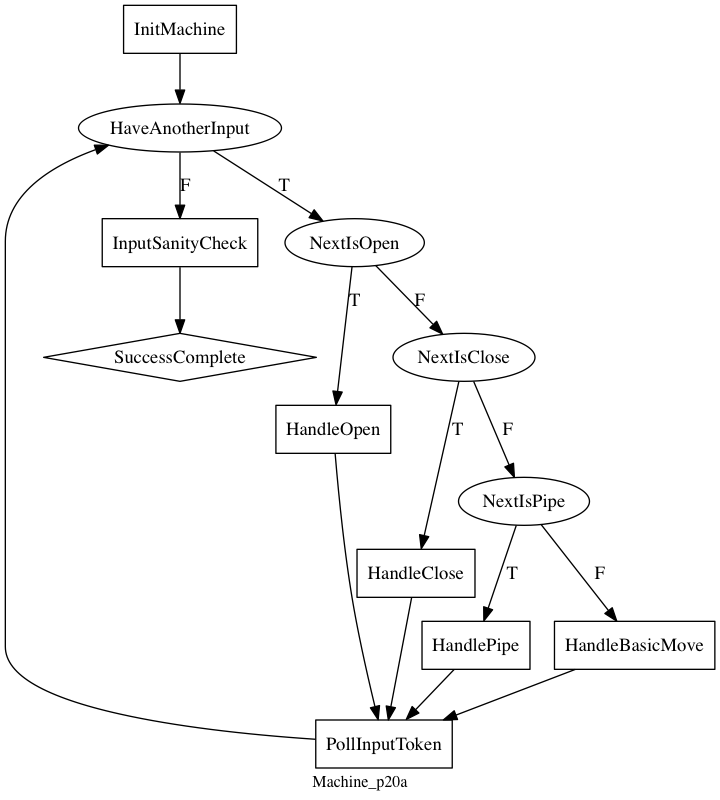
Before: diagram/advent/p20a.png, a diagram exported from Graphviz (comperical/FlowState). Its source is kept beside it as diagram/advent/p20a.gv.
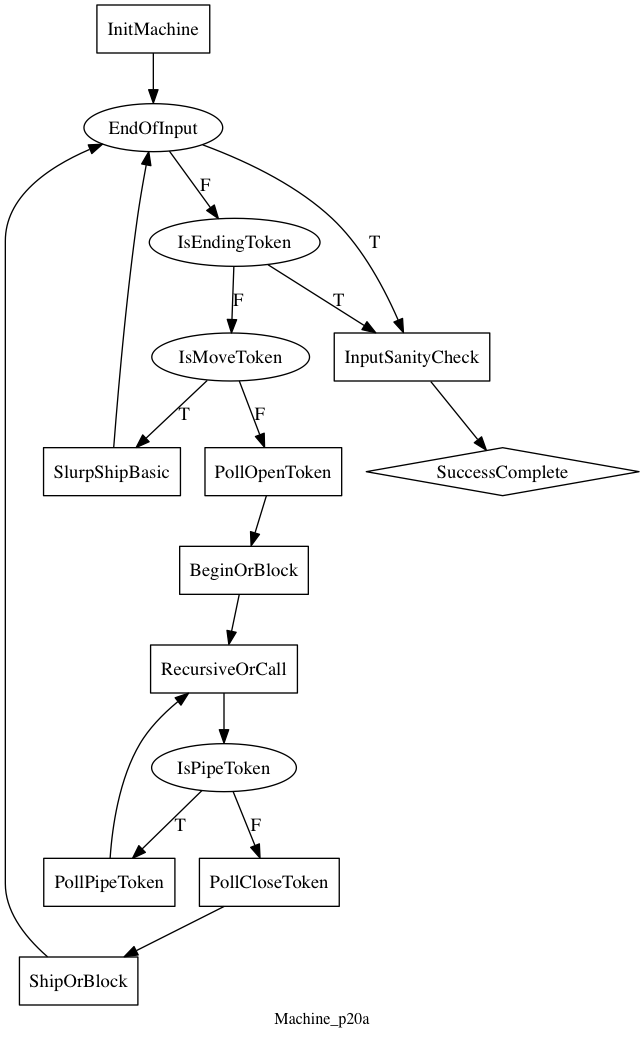
After the change.

The edit, as a diff of the source:
```diff
@@ -1,22 +1,24 @@
 digraph MyGraphName {
-node [shape=box] InitMachine; HandleOpen; HandleClose; HandlePipe; HandleBasicMove; PollInputToken; InputSanityCheck
+node [shape=box] InitMachine; SlurpShipBasic; PollOpenToken; BeginOrBlock; RecursiveOrCall; PollPipeToken; PollCloseToken; ShipOrBlock; InputSanityCheck
 node [shape=diamond] SuccessComplete
-node [shape=ellipse] HaveAnotherInput; NextIsOpen; NextIsClose; NextIsPipe
+node [shape=ellipse] EndOfInput; IsEndingToken; IsMoveToken; IsPipeToken
+EndOfInput->IsEndingToken [label=F];
+IsEndingToken->InputSanityCheck [label=T];
+IsMoveToken->PollOpenToken [label=F];
+EndOfInput->InputSanityCheck [label=T];
+IsMoveToken->SlurpShipBasic [label=T];
+IsEndingToken->IsMoveToken [label=F];
+BeginOrBlock->RecursiveOrCall ;
+PollPipeToken->RecursiveOrCall ;
+RecursiveOrCall->IsPipeToken ;
+ShipOrBlock->EndOfInput ;
+IsPipeToken->PollCloseToken [label=F];
+InitMachine->EndOfInput ;
+IsPipeToken->PollPipeToken [label=T];
+PollCloseToken->ShipOrBlock ;
 InputSanityCheck->SuccessComplete ;
-NextIsClose->HandleClose [label=T];
-HandleBasicMove->PollInputToken ;
-HaveAnotherInput->NextIsOpen [label=T];
-InitMachine->HaveAnotherInput ;
-NextIsPipe->HandleBasicMove [label=F];
-NextIsOpen->HandleOpen [label=T];
-HaveAnotherInput->InputSanityCheck [label=F];
-NextIsClose->NextIsPipe [label=F];
-HandleClose->PollInputToken ;
-NextIsOpen->NextIsClose [label=F];
-NextIsPipe->HandlePipe [label=T];
-HandlePipe->PollInputToken ;
-PollInputToken->HaveAnotherInput ;
-HandleOpen->PollInputToken ;
+SlurpShipBasic->EndOfInput ;
+PollOpenToken->BeginOrBlock ;
 overlap=false
 label=Machine_p20a
 fontsize=12
```
